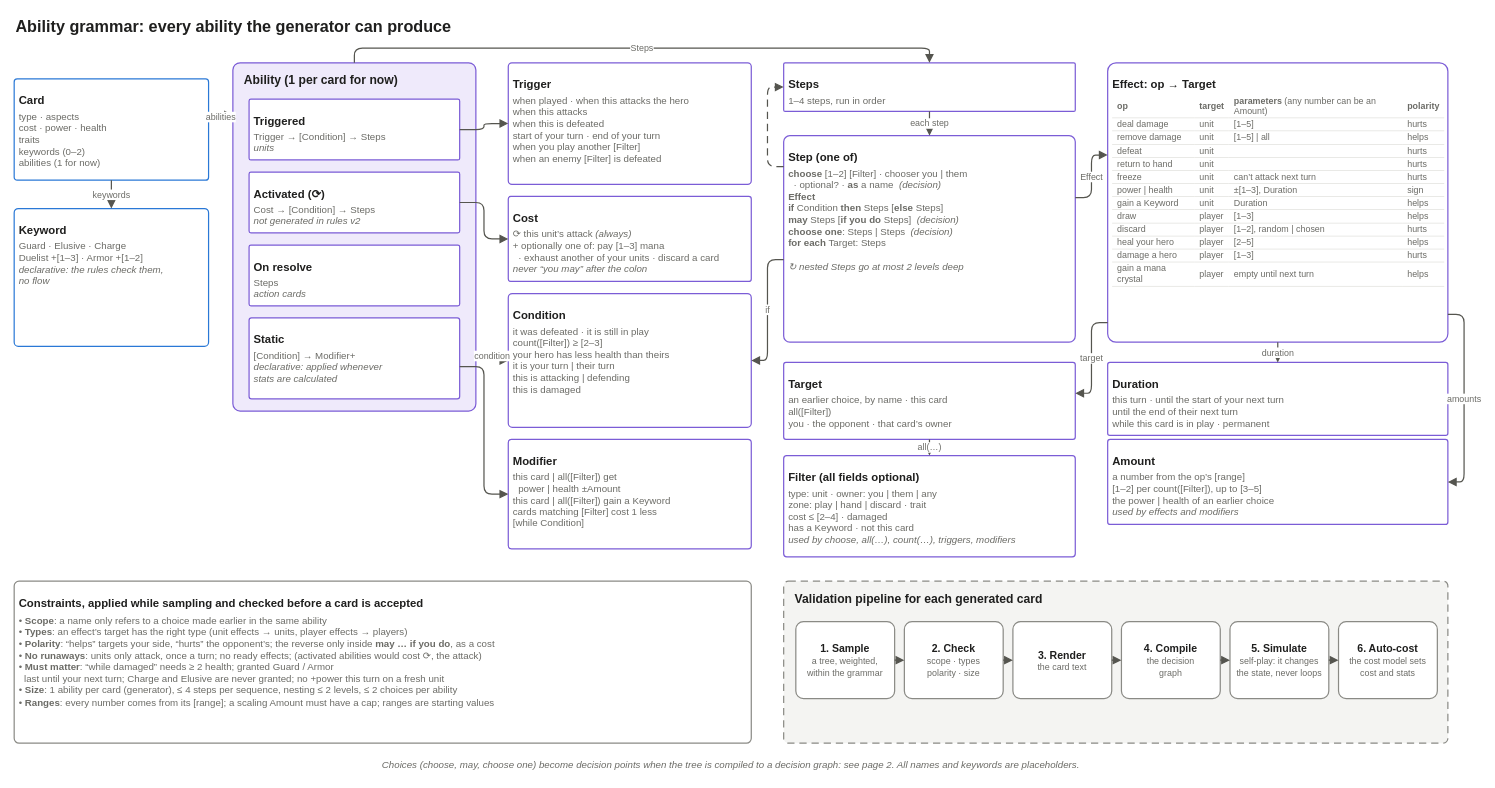
Earlier version of the draw.io diagram page "ability_grammar" (3 of 3) of docs/architecture.drawio (mattdown/TCG-Project). Source tidied: cells renumbered, new cells numbered last; positions are measured from the earlier drawing's top-left corner, leaving out a move shared by most shapes. Both pictures are drawn from the tidied source at 81%, with x=0, y=0 at pixel (14, 14).
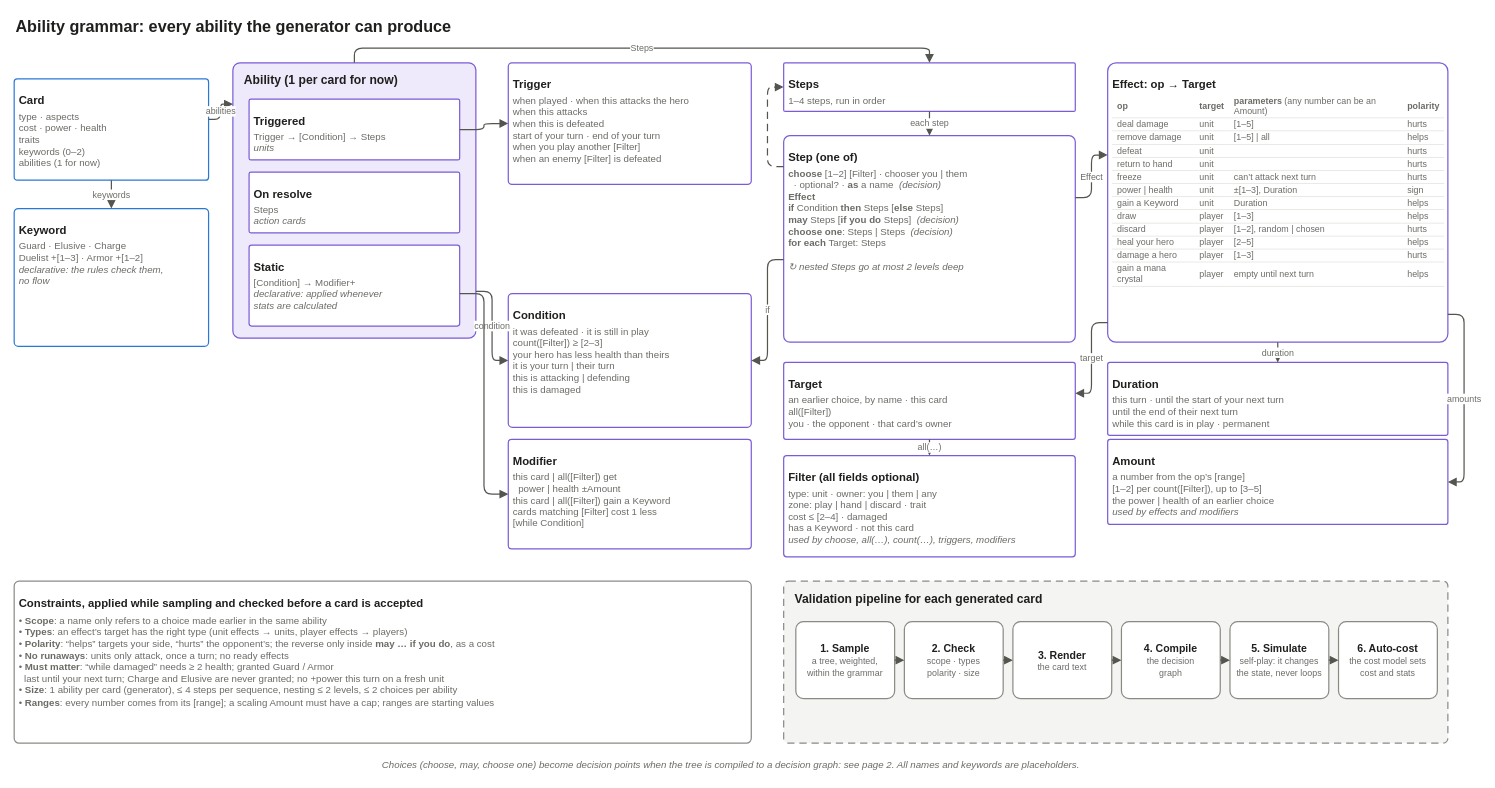
After the change.

Diff of the diagram source:
```diff
@@
     <mxCell id="6" value="Ability (1 per card for now)" style="rounded=1;arcSize=3;whiteSpace=wrap;html=1;fillColor=#efeafb;strokeColor=#7b5cd6;strokeWidth=1.5;verticalAlign=top;align=left;spacingLeft=12;spacingTop=6;fontFamily=Helvetica;fontSize=15;fontStyle=1;fontColor=#1f1f1e;" parent="1" vertex="1">
-      <mxGeometry x="270" y="60" width="300" height="430" as="geometry" />
+      <mxGeometry x="270" y="60" width="300" height="340" as="geometry" />
     </mxCell>
@@
-    <mxCell id="8" value="&lt;b style=&quot;font-size:14px&quot;&gt;Activated (⟳)&lt;/b&gt;&lt;br&gt;&lt;span style=&quot;font-size:12px;color:#6b6b66&quot;&gt;&lt;div style='text-align:left;margin-top:4px'&gt;Cost → [Condition] → Steps&lt;br&gt;&lt;i&gt;not generated in rules v2&lt;/i&gt;&lt;/div&gt;&lt;/span&gt;" style="rounded=1;arcSize=10;whiteSpace=wrap;html=1;fillColor=#ffffff;strokeColor=#7b5cd6;strokeWidth=1.5;fontFamily=Helvetica;fontSize=13;fontColor=#1f1f1e;spacing=6;align=left;verticalAlign=top;arcSize=3;spacingTop=8;" parent="1" vertex="1">
-      <mxGeometry x="290" y="195" width="260" height="75" as="geometry" />
-    </mxCell>
     <mxCell id="9" value="&lt;b style=&quot;font-size:14px&quot;&gt;On resolve&lt;/b&gt;&lt;br&gt;&lt;span style=&quot;font-size:12px;color:#6b6b66&quot;&gt;&lt;div style='text-align:left;margin-top:4px'&gt;Steps&lt;br&gt;&lt;i&gt;action cards&lt;/i&gt;&lt;/div&gt;&lt;/span&gt;" style="rounded=1;arcSize=10;whiteSpace=wrap;html=1;fillColor=#ffffff;strokeColor=#7b5cd6;strokeWidth=1.5;fontFamily=Helvetica;fontSize=13;fontColor=#1f1f1e;spacing=6;align=left;verticalAlign=top;arcSize=3;spacingTop=8;" parent="1" vertex="1">
-      <mxGeometry x="290" y="285" width="260" height="75" as="geometry" />
+      <mxGeometry x="290" y="195" width="260" height="75" as="geometry" />
     </mxCell>
     <mxCell id="10" value="&lt;b style=&quot;font-size:14px&quot;&gt;Static&lt;/b&gt;&lt;br&gt;&lt;span style=&quot;font-size:12px;color:#6b6b66&quot;&gt;&lt;div style='text-align:left;margin-top:4px'&gt;[Condition] → Modifier+&lt;br&gt;&lt;i&gt;declarative: applied whenever&lt;br&gt;stats are calculated&lt;/i&gt;&lt;/div&gt;&lt;/span&gt;" style="rounded=1;arcSize=10;whiteSpace=wrap;html=1;fillColor=#ffffff;strokeColor=#7b5cd6;strokeWidth=1.5;fontFamily=Helvetica;fontSize=13;fontColor=#1f1f1e;spacing=6;align=left;verticalAlign=top;arcSize=3;spacingTop=8;" parent="1" vertex="1">
-      <mxGeometry x="290" y="375" width="260" height="100" as="geometry" />
+      <mxGeometry x="290" y="285" width="260" height="100" as="geometry" />
     </mxCell>
@@
-    <mxCell id="13" value="&lt;b style=&quot;font-size:14px&quot;&gt;Cost&lt;/b&gt;&lt;br&gt;&lt;span style=&quot;font-size:12px;color:#6b6b66&quot;&gt;&lt;div style='text-align:left;margin-top:4px'&gt;⟳ this unit’s attack &lt;i&gt;(always)&lt;/i&gt;&lt;br&gt;+ optionally one of: pay [1–3] mana&lt;br&gt;&amp;nbsp;&amp;nbsp;· exhaust another of your units · discard a card&lt;br&gt;&lt;i&gt;never “you may” after the colon&lt;/i&gt;&lt;/div&gt;&lt;/span&gt;" style="rounded=1;arcSize=10;whiteSpace=wrap;html=1;fillColor=#ffffff;strokeColor=#7b5cd6;strokeWidth=1.5;fontFamily=Helvetica;fontSize=13;fontColor=#1f1f1e;spacing=6;align=left;verticalAlign=top;arcSize=3;spacingTop=8;" parent="1" vertex="1">
-      <mxGeometry x="610" y="225" width="300" height="105" as="geometry" />
-    </mxCell>
@@
-    <mxCell id="17" style="edgeStyle=orthogonalEdgeStyle;rounded=1;html=1;strokeColor=#55554f;strokeWidth=1.5;endArrow=block;endFill=1;endSize=7;fontFamily=Helvetica;fontSize=11;fontColor=#6b6b66;labelBackgroundColor=#ffffff;exitX=1;exitY=0.5;exitDx=0;exitDy=0;entryX=0;entryY=0.5;entryDx=0;entryDy=0;" parent="1" edge="1" source="8" target="13">
-      <mxGeometry relative="1" as="geometry" />
-    </mxCell>
@@
-    <mxCell id="36" value="&lt;b style=&quot;font-size:14px&quot;&gt;Constraints, applied while sampling and checked before a card is accepted&lt;/b&gt;&lt;br&gt;&lt;span style=&quot;font-size:12px;color:#6b6b66&quot;&gt;&lt;div style='text-align:left;margin-top:6px'&gt;• &lt;b&gt;Scope&lt;/b&gt;: a name only refers to a choice made earlier in the same ability&lt;br&gt;• &lt;b&gt;Types&lt;/b&gt;: an effect’s target has the right type (unit effects → units, player effects → players)&lt;br&gt;• &lt;b&gt;Polarity&lt;/b&gt;: “helps” targets your side, “hurts” the opponent’s; the reverse only inside &lt;b&gt;may … if you do&lt;/b&gt;, as a cost&lt;br&gt;• &lt;b&gt;No runaways&lt;/b&gt;: units only attack, once a turn; no ready effects; (activated abilities would cost ⟳, the attack)&lt;br&gt;• &lt;b&gt;Must matter&lt;/b&gt;: “while damaged” needs ≥ 2 health; granted Guard / Armor&lt;br&gt;&amp;nbsp;&amp;nbsp;last until your next turn; Charge and Elusive are never granted; no +power this turn on a fresh unit&lt;br&gt;• &lt;b&gt;Size&lt;/b&gt;: 1 ability per card (generator), ≤ 4 steps per sequence, nesting ≤ 2 levels, ≤ 2 choices per ability&lt;br&gt;• &lt;b&gt;Ranges&lt;/b&gt;: every number comes from its [range]; a scaling Amount must have a cap; ranges are starting values&lt;/div&gt;&lt;/span&gt;" style="rounded=1;arcSize=10;whiteSpace=wrap;html=1;fillColor=#ffffff;strokeColor=#8a8a85;strokeWidth=1.5;fontFamily=Helvetica;fontSize=13;fontColor=#1f1f1e;spacing=6;align=left;verticalAlign=top;arcSize=3;spacingTop=8;" parent="1" vertex="1">
+    <mxCell id="36" value="&lt;b style=&quot;font-size:14px&quot;&gt;Constraints, applied while sampling and checked before a card is accepted&lt;/b&gt;&lt;br&gt;&lt;span style=&quot;font-size:12px;color:#6b6b66&quot;&gt;&lt;div style='text-align:left;margin-top:6px'&gt;• &lt;b&gt;Scope&lt;/b&gt;: a name only refers to a choice made earlier in the same ability&lt;br&gt;• &lt;b&gt;Types&lt;/b&gt;: an effect’s target has the right type (unit effects → units, player effects → players)&lt;br&gt;• &lt;b&gt;Polarity&lt;/b&gt;: “helps” targets your side, “hurts” the opponent’s; the reverse only inside &lt;b&gt;may … if you do&lt;/b&gt;, as a cost&lt;br&gt;• &lt;b&gt;No runaways&lt;/b&gt;: units only attack, once a turn; no ready effects&lt;br&gt;• &lt;b&gt;Must matter&lt;/b&gt;: “while damaged” needs ≥ 2 health; granted Guard / Armor&lt;br&gt;&amp;nbsp;&amp;nbsp;last until your next turn; Charge and Elusive are never granted; no +power this turn on a fresh unit&lt;br&gt;• &lt;b&gt;Size&lt;/b&gt;: 1 ability per card (generator), ≤ 4 steps per sequence, nesting ≤ 2 levels, ≤ 2 choices per ability&lt;br&gt;• &lt;b&gt;Ranges&lt;/b&gt;: every number comes from its [range]; a scaling Amount must have a cap; ranges are starting values&lt;/div&gt;&lt;/span&gt;" style="rounded=1;arcSize=10;whiteSpace=wrap;html=1;fillColor=#ffffff;strokeColor=#8a8a85;strokeWidth=1.5;fontFamily=Helvetica;fontSize=13;fontColor=#1f1f1e;spacing=6;align=left;verticalAlign=top;arcSize=3;spacingTop=8;" parent="1" vertex="1">
       <mxGeometry y="700" width="910" height="200" as="geometry" />
     </mxCell>
```
